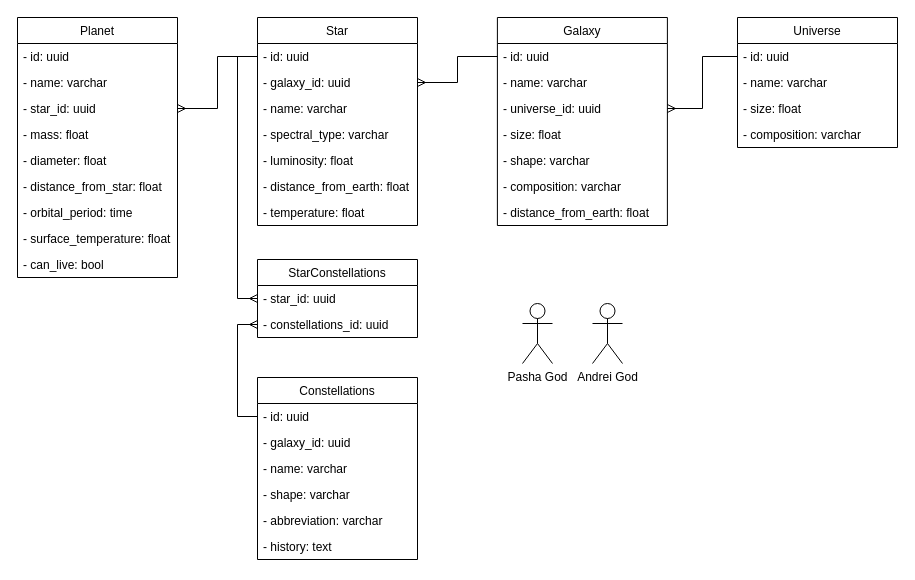
ZetoOfficial/star keeps this draw.io diagram as db_diagram.drawio. Above is the earlier version. Source tidied: cells renumbered, new cells numbered last; positions are measured from the earlier drawing's top-left corner, leaving out a move shared by most shapes. Both pictures are drawn from the tidied source at 100%, with x=0, y=0 at pixel (17, 17).
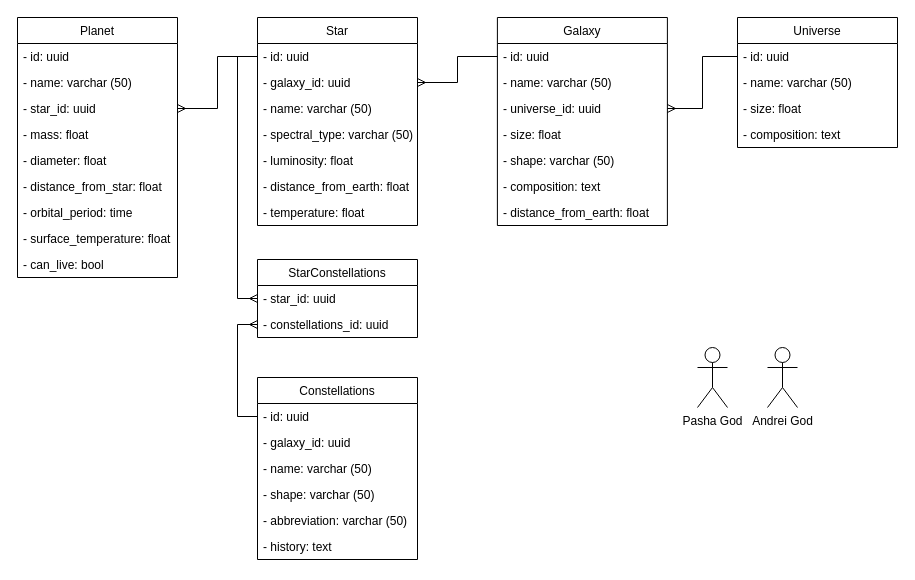
The same diagram, later.

Commit message:
Добавил ограничение на varchar

Unchanged cells that the change refers to:
```xml
<mxCell id="3" value="Universe" style="swimlane;fontStyle=0;align=center;verticalAlign=top;horizontal=1;startSize=26;" parent="1" vertex="1">
  <mxGeometry x="720" width="160" height="130" as="geometry" />
</mxCell>
<mxCell id="8" value="Galaxy" style="swimlane;fontStyle=0;horizontal=1;startSize=26;fillColor=default;" parent="1" vertex="1">
  <mxGeometry x="479.9" width="170" height="208" as="geometry" />
</mxCell>
<mxCell id="16" value="Planet" style="swimlane;fontStyle=0;horizontal=1;startSize=26;fillColor=default;" parent="1" vertex="1">
  <mxGeometry width="160" height="260" as="geometry" />
</mxCell>
<mxCell id="26" value="Constellations" style="swimlane;fontStyle=0;horizontal=1;startSize=26;fillColor=default;" parent="1" vertex="1">
  <mxGeometry x="240" y="360" width="160" height="182" as="geometry" />
</mxCell>
<mxCell id="33" value="Star" style="swimlane;fontStyle=0;horizontal=1;startSize=26;fillColor=default;" parent="1" vertex="1">
  <mxGeometry x="240" width="160" height="208" as="geometry" />
</mxCell>
```

The edit, as a diff of the source:
```diff
@@
-    <mxCell id="5" value="- name: varchar" style="text;strokeColor=none;fillColor=none;align=left;verticalAlign=top;spacingLeft=4;spacingRight=4;overflow=hidden;" parent="3" vertex="1">
+    <mxCell id="5" value="- name: varchar (50)" style="text;strokeColor=none;fillColor=none;align=left;verticalAlign=top;spacingLeft=4;spacingRight=4;overflow=hidden;" parent="3" vertex="1">
       <mxGeometry y="52" width="160" height="26" as="geometry" />
     </mxCell>
@@
-    <mxCell id="7" value="- composition: varchar" style="text;strokeColor=none;fillColor=none;align=left;verticalAlign=top;spacingLeft=4;spacingRight=4;overflow=hidden;" parent="3" vertex="1">
+    <mxCell id="7" value="- composition: text" style="text;strokeColor=none;fillColor=none;align=left;verticalAlign=top;spacingLeft=4;spacingRight=4;overflow=hidden;" parent="3" vertex="1">
       <mxGeometry y="104" width="160" height="26" as="geometry" />
     </mxCell>
@@
-    <mxCell id="10" value="- name: varchar" style="text;strokeColor=none;fillColor=none;align=left;verticalAlign=top;spacingLeft=4;spacingRight=4;overflow=hidden;" parent="8" vertex="1">
+    <mxCell id="10" value="- name: varchar (50)" style="text;strokeColor=none;fillColor=none;align=left;verticalAlign=top;spacingLeft=4;spacingRight=4;overflow=hidden;" parent="8" vertex="1">
       <mxGeometry y="52" width="170" height="26" as="geometry" />
     </mxCell>
@@
-    <mxCell id="13" value="- shape: varchar" style="text;strokeColor=none;fillColor=none;align=left;verticalAlign=top;spacingLeft=4;spacingRight=4;overflow=hidden;" parent="8" vertex="1">
+    <mxCell id="13" value="- shape: varchar (50)" style="text;strokeColor=none;fillColor=none;align=left;verticalAlign=top;spacingLeft=4;spacingRight=4;overflow=hidden;" parent="8" vertex="1">
       <mxGeometry y="130" width="170" height="26" as="geometry" />
     </mxCell>
-    <mxCell id="14" value="- composition: varchar" style="text;strokeColor=none;fillColor=none;align=left;verticalAlign=top;spacingLeft=4;spacingRight=4;overflow=hidden;" parent="8" vertex="1">
+    <mxCell id="14" value="- composition: text" style="text;strokeColor=none;fillColor=none;align=left;verticalAlign=top;spacingLeft=4;spacingRight=4;overflow=hidden;" parent="8" vertex="1">
       <mxGeometry y="156" width="170" height="26" as="geometry" />
     </mxCell>
@@
-    <mxCell id="18" value="- name: varchar" style="text;strokeColor=none;fillColor=none;align=left;verticalAlign=top;spacingLeft=4;spacingRight=4;overflow=hidden;" parent="16" vertex="1">
+    <mxCell id="18" value="- name: varchar (50)" style="text;strokeColor=none;fillColor=none;align=left;verticalAlign=top;spacingLeft=4;spacingRight=4;overflow=hidden;" parent="16" vertex="1">
       <mxGeometry y="52" width="160" height="26" as="geometry" />
     </mxCell>
@@
-    <mxCell id="29" value="- name: varchar" style="text;strokeColor=none;fillColor=none;align=left;verticalAlign=top;spacingLeft=4;spacingRight=4;overflow=hidden;" parent="26" vertex="1">
+    <mxCell id="29" value="- name: varchar (50)" style="text;strokeColor=none;fillColor=none;align=left;verticalAlign=top;spacingLeft=4;spacingRight=4;overflow=hidden;" parent="26" vertex="1">
       <mxGeometry y="78" width="160" height="26" as="geometry" />
     </mxCell>
-    <mxCell id="30" value="- shape: varchar" style="text;strokeColor=none;fillColor=none;align=left;verticalAlign=top;spacingLeft=4;spacingRight=4;overflow=hidden;" parent="26" vertex="1">
+    <mxCell id="30" value="- shape: varchar (50)" style="text;strokeColor=none;fillColor=none;align=left;verticalAlign=top;spacingLeft=4;spacingRight=4;overflow=hidden;" parent="26" vertex="1">
       <mxGeometry y="104" width="160" height="26" as="geometry" />
     </mxCell>
-    <mxCell id="31" value="- abbreviation: varchar" style="text;strokeColor=none;fillColor=none;align=left;verticalAlign=top;spacingLeft=4;spacingRight=4;overflow=hidden;" parent="26" vertex="1">
+    <mxCell id="31" value="- abbreviation: varchar (50)" style="text;strokeColor=none;fillColor=none;align=left;verticalAlign=top;spacingLeft=4;spacingRight=4;overflow=hidden;" parent="26" vertex="1">
       <mxGeometry y="130" width="160" height="26" as="geometry" />
     </mxCell>
@@
-    <mxCell id="36" value="- name: varchar" style="text;strokeColor=none;fillColor=none;align=left;verticalAlign=top;spacingLeft=4;spacingRight=4;overflow=hidden;" parent="33" vertex="1">
+    <mxCell id="36" value="- name: varchar (50)" style="text;strokeColor=none;fillColor=none;align=left;verticalAlign=top;spacingLeft=4;spacingRight=4;overflow=hidden;" parent="33" vertex="1">
       <mxGeometry y="78" width="160" height="26" as="geometry" />
     </mxCell>
-    <mxCell id="37" value="- spectral_type: varchar" style="text;strokeColor=none;fillColor=none;align=left;verticalAlign=top;spacingLeft=4;spacingRight=4;overflow=hidden;" parent="33" vertex="1">
+    <mxCell id="37" value="- spectral_type: varchar (50)" style="text;strokeColor=none;fillColor=none;align=left;verticalAlign=top;spacingLeft=4;spacingRight=4;overflow=hidden;" parent="33" vertex="1">
       <mxGeometry y="104" width="160" height="26" as="geometry" />
     </mxCell>
@@
     <mxCell id="41" value="Andrei God" style="shape=umlActor;verticalLabelPosition=bottom;verticalAlign=top;html=1;" parent="1" vertex="1">
-      <mxGeometry x="575" y="286" width="30" height="60" as="geometry" />
+      <mxGeometry x="750" y="330" width="30" height="60" as="geometry" />
     </mxCell>
     <mxCell id="42" value="Pasha God" style="shape=umlActor;verticalLabelPosition=bottom;verticalAlign=top;html=1;" parent="1" vertex="1">
-      <mxGeometry x="505" y="286" width="30" height="60" as="geometry" />
+      <mxGeometry x="680" y="330" width="30" height="60" as="geometry" />
     </mxCell>
```
